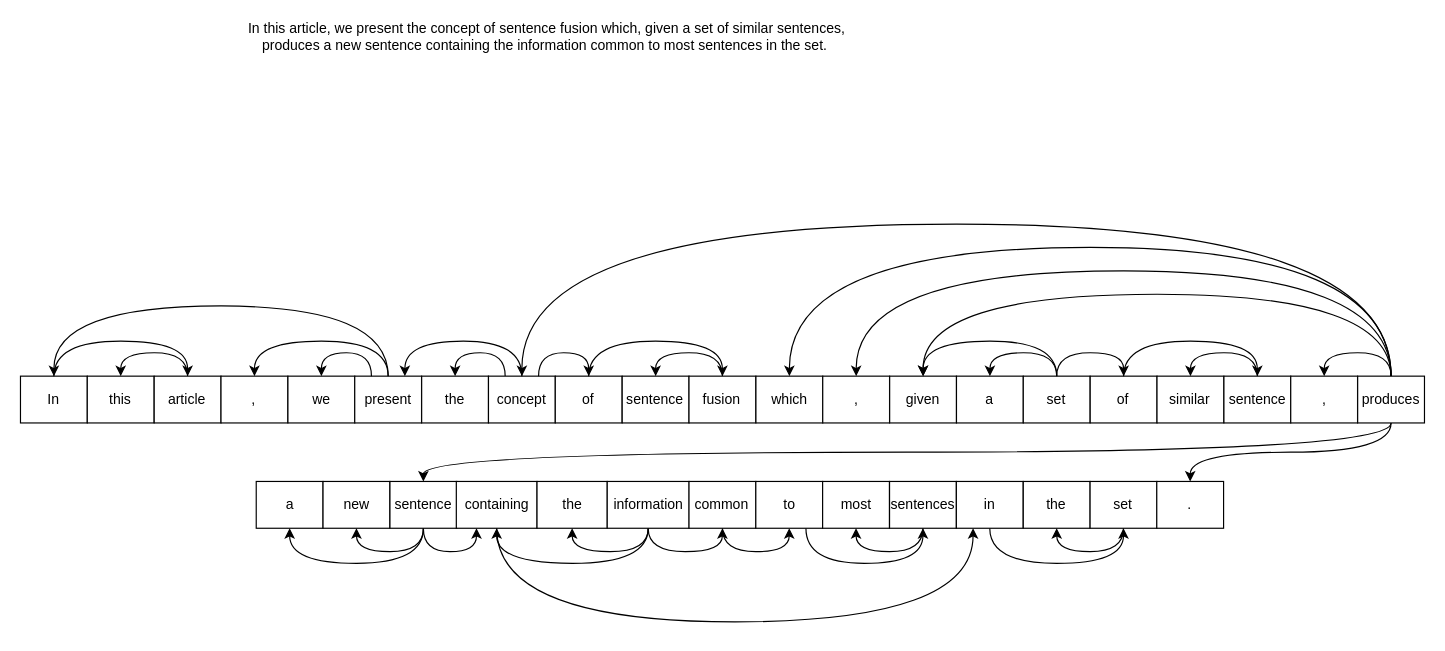
Earlier version of the draw.io diagram scentence.drawio (caramucho/drawio-repo). Source tidied: cells renumbered, new cells numbered last; positions are measured from the earlier drawing's top-left corner, leaving out a move shared by most shapes. Both pictures are drawn from the tidied source at 117%, with x=0, y=0 at pixel (20, 25).
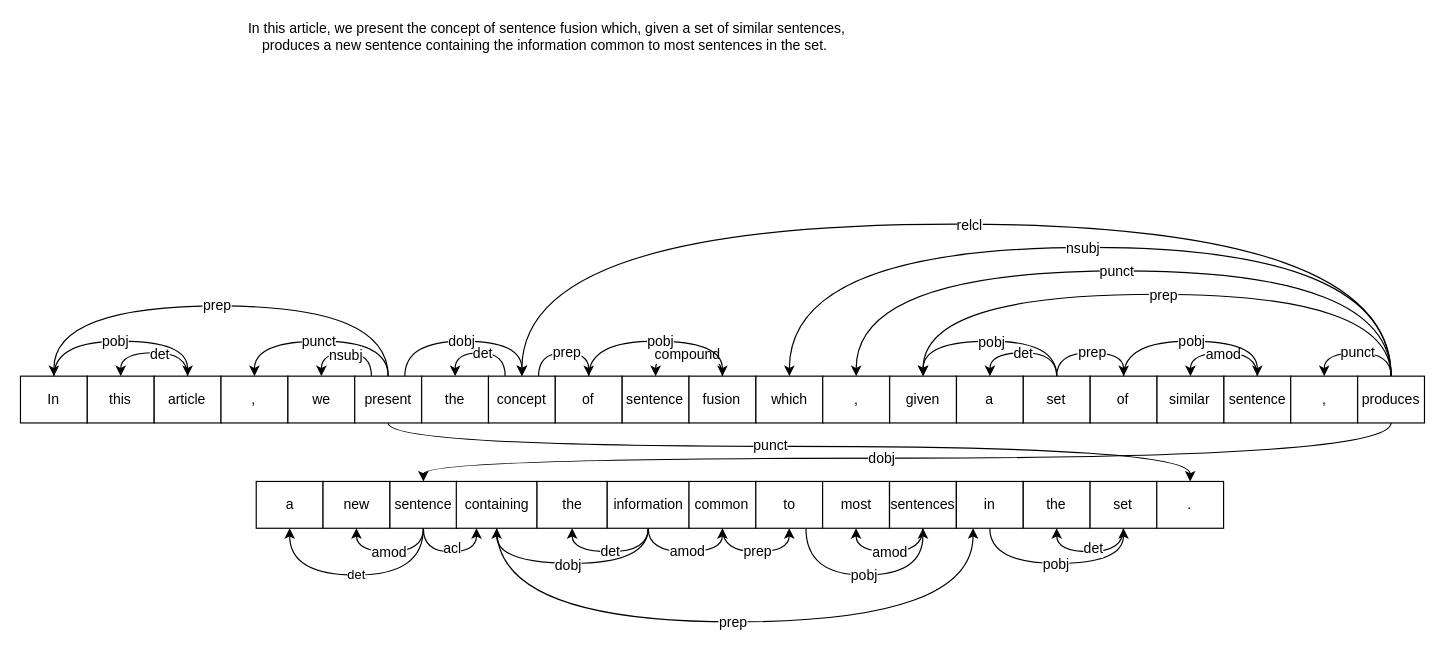
The same page after the edit.

Unchanged cells that the change refers to:
```xml
<mxCell id="3" value="In" style="rounded=0;whiteSpace=wrap;html=1;" parent="1" vertex="1">
<mxCell id="5" style="edgeStyle=orthogonalEdgeStyle;rounded=0;jettySize=auto;html=1;exitX=0.5;exitY=0;exitDx=0;exitDy=0;entryX=0.5;entryY=0;entryDx=0;entryDy=0;curved=1;" parent="1" edge="1" source="7" target="4">
<mxCell id="6" style="edgeStyle=orthogonalEdgeStyle;curved=1;rounded=0;jettySize=auto;html=1;exitX=0.5;exitY=0;exitDx=0;exitDy=0;entryX=0.5;entryY=0;entryDx=0;entryDy=0;startArrow=classic;startFill=1;endArrow=none;endFill=0;" parent="1" edge="1" source="7" target="3">
<mxCell id="8" style="edgeStyle=orthogonalEdgeStyle;curved=1;rounded=0;jettySize=auto;html=1;exitX=0.5;exitY=0;exitDx=0;exitDy=0;startArrow=classic;startFill=1;endArrow=none;endFill=0;" parent="1" edge="1" source="9">
<mxCell id="11" value="present" style="rounded=0;whiteSpace=wrap;html=1;" parent="1" vertex="1">
<mxCell id="13" style="edgeStyle=orthogonalEdgeStyle;curved=1;rounded=0;jettySize=auto;html=1;exitX=0.5;exitY=0;exitDx=0;exitDy=0;entryX=0.25;entryY=0;entryDx=0;entryDy=0;startArrow=classic;startFill=1;endArrow=none;endFill=0;" parent="1" edge="1" source="10" target="11">
<mxCell id="15" style="edgeStyle=orthogonalEdgeStyle;curved=1;rounded=0;jettySize=auto;html=1;exitX=0.25;exitY=0;exitDx=0;exitDy=0;entryX=0.5;entryY=0;entryDx=0;entryDy=0;startArrow=none;startFill=0;endArrow=classic;endFill=1;" parent="1" edge="1" source="16" target="14">
<mxCell id="16" value="concept" style="rounded=0;whiteSpace=wrap;html=1;" parent="1" vertex="1">
<mxCell id="19" style="edgeStyle=orthogonalEdgeStyle;curved=1;rounded=0;jettySize=auto;html=1;exitX=0.75;exitY=0;exitDx=0;exitDy=0;entryX=0.5;entryY=0;entryDx=0;entryDy=0;startArrow=none;startFill=0;endArrow=classic;endFill=1;" parent="1" edge="1" source="16" target="18">
<mxCell id="21" style="edgeStyle=orthogonalEdgeStyle;curved=1;rounded=0;jettySize=auto;html=1;exitX=0.5;exitY=0;exitDx=0;exitDy=0;entryX=0.5;entryY=0;entryDx=0;entryDy=0;startArrow=none;startFill=0;endArrow=classic;endFill=1;" parent="1" edge="1" source="22" target="20">
<mxCell id="23" style="edgeStyle=orthogonalEdgeStyle;curved=1;rounded=0;jettySize=auto;html=1;exitX=0.5;exitY=0;exitDx=0;exitDy=0;entryX=0.5;entryY=0;entryDx=0;entryDy=0;startArrow=none;startFill=0;endArrow=classic;endFill=1;" parent="1" edge="1" source="18" target="22">
<mxCell id="28" style="edgeStyle=orthogonalEdgeStyle;curved=1;rounded=0;jettySize=auto;html=1;exitX=0.5;exitY=0;exitDx=0;exitDy=0;entryX=0.5;entryY=0;entryDx=0;entryDy=0;startArrow=none;startFill=0;endArrow=classic;endFill=1;" parent="1" edge="1" source="30" target="27">
<mxCell id="29" style="edgeStyle=orthogonalEdgeStyle;curved=1;rounded=0;jettySize=auto;html=1;exitX=0.5;exitY=0;exitDx=0;exitDy=0;entryX=0.5;entryY=0;entryDx=0;entryDy=0;startArrow=none;startFill=0;endArrow=classic;endFill=1;" parent="1" edge="1" source="30" target="26">
<mxCell id="32" style="edgeStyle=orthogonalEdgeStyle;curved=1;rounded=0;jettySize=auto;html=1;exitX=0.5;exitY=0;exitDx=0;exitDy=0;entryX=0.5;entryY=0;entryDx=0;entryDy=0;startArrow=none;startFill=0;endArrow=classic;endFill=1;" parent="1" edge="1" source="30" target="31">
<mxCell id="34" style="edgeStyle=orthogonalEdgeStyle;curved=1;rounded=0;jettySize=auto;html=1;exitX=0.5;exitY=0;exitDx=0;exitDy=0;entryX=0.5;entryY=0;entryDx=0;entryDy=0;startArrow=none;startFill=0;endArrow=classic;endFill=1;" parent="1" edge="1" source="35" target="33">
<mxCell id="36" style="edgeStyle=orthogonalEdgeStyle;curved=1;rounded=0;jettySize=auto;html=1;exitX=0.5;exitY=0;exitDx=0;exitDy=0;entryX=0.5;entryY=0;entryDx=0;entryDy=0;startArrow=none;startFill=0;endArrow=classic;endFill=1;" parent="1" edge="1" source="31" target="35">
<mxCell id="38" style="edgeStyle=orthogonalEdgeStyle;curved=1;rounded=0;jettySize=auto;html=1;exitX=0.5;exitY=0;exitDx=0;exitDy=0;entryX=0.5;entryY=0;entryDx=0;entryDy=0;startArrow=none;startFill=0;endArrow=classic;endFill=1;" parent="1" edge="1" source="45" target="24">
<mxCell id="39" style="edgeStyle=orthogonalEdgeStyle;curved=1;rounded=0;jettySize=auto;html=1;exitX=0.5;exitY=0;exitDx=0;exitDy=0;entryX=0.5;entryY=0;entryDx=0;entryDy=0;startArrow=none;startFill=0;endArrow=classic;endFill=1;" parent="1" edge="1" source="45" target="26">
<mxCell id="40" style="edgeStyle=orthogonalEdgeStyle;curved=1;rounded=0;jettySize=auto;html=1;exitX=0.5;exitY=0;exitDx=0;exitDy=0;entryX=0.5;entryY=0;entryDx=0;entryDy=0;startArrow=none;startFill=0;endArrow=classic;endFill=1;" parent="1" edge="1" source="45" target="25">
<mxCell id="41" style="edgeStyle=orthogonalEdgeStyle;curved=1;rounded=0;jettySize=auto;html=1;exitX=0.5;exitY=0;exitDx=0;exitDy=0;entryX=0.5;entryY=0;entryDx=0;entryDy=0;startArrow=none;startFill=0;endArrow=classic;endFill=1;" parent="1" edge="1" source="45" target="37">
<mxCell id="42" style="edgeStyle=orthogonalEdgeStyle;curved=1;rounded=0;jettySize=auto;html=1;exitX=0.5;exitY=0;exitDx=0;exitDy=0;entryX=0.5;entryY=0;entryDx=0;entryDy=0;startArrow=none;startFill=0;endArrow=classic;endFill=1;" parent="1" edge="1" source="45" target="16">
<mxCell id="45" value="produces" style="rounded=0;whiteSpace=wrap;html=1;" parent="1" vertex="1">
<mxCell id="46" value="a" style="rounded=0;whiteSpace=wrap;html=1;" parent="1" vertex="1">
<mxCell id="48" style="edgeStyle=orthogonalEdgeStyle;curved=1;rounded=0;jettySize=auto;html=1;exitX=0.5;exitY=1;exitDx=0;exitDy=0;entryX=0.5;entryY=1;entryDx=0;entryDy=0;startArrow=none;startFill=0;endArrow=classic;endFill=1;" parent="1" edge="1" source="51" target="47">
<mxCell id="50" style="edgeStyle=orthogonalEdgeStyle;curved=1;rounded=0;jettySize=auto;html=1;exitX=0.5;exitY=1;exitDx=0;exitDy=0;entryX=0.25;entryY=1;entryDx=0;entryDy=0;startArrow=none;startFill=0;endArrow=classic;endFill=1;" parent="1" edge="1" source="51" target="53">
<mxCell id="51" value="sentence" style="rounded=0;whiteSpace=wrap;html=1;" parent="1" vertex="1">
<mxCell id="52" style="edgeStyle=orthogonalEdgeStyle;curved=1;rounded=0;jettySize=auto;html=1;exitX=0.5;exitY=1;exitDx=0;exitDy=0;entryX=0.25;entryY=1;entryDx=0;entryDy=0;startArrow=none;startFill=0;endArrow=classic;endFill=1;" parent="1" edge="1" source="53" target="67">
<mxCell id="55" style="edgeStyle=orthogonalEdgeStyle;curved=1;rounded=0;jettySize=auto;html=1;exitX=0.5;exitY=1;exitDx=0;exitDy=0;entryX=0.5;entryY=1;entryDx=0;entryDy=0;startArrow=none;startFill=0;endArrow=classic;endFill=1;" parent="1" edge="1" source="58" target="54">
<mxCell id="56" style="edgeStyle=orthogonalEdgeStyle;curved=1;rounded=0;jettySize=auto;html=1;exitX=0.5;exitY=1;exitDx=0;exitDy=0;entryX=0.5;entryY=1;entryDx=0;entryDy=0;startArrow=none;startFill=0;endArrow=classic;endFill=1;" parent="1" edge="1" source="58" target="53">
<mxCell id="57" style="edgeStyle=orthogonalEdgeStyle;curved=1;rounded=0;jettySize=auto;html=1;exitX=0.5;exitY=1;exitDx=0;exitDy=0;entryX=0.5;entryY=1;entryDx=0;entryDy=0;startArrow=none;startFill=0;endArrow=classic;endFill=1;" parent="1" edge="1" source="58" target="60">
<mxCell id="59" style="edgeStyle=orthogonalEdgeStyle;curved=1;rounded=0;jettySize=auto;html=1;exitX=0.5;exitY=1;exitDx=0;exitDy=0;entryX=0.5;entryY=1;entryDx=0;entryDy=0;startArrow=none;startFill=0;endArrow=classic;endFill=1;" parent="1" edge="1" source="60" target="62">
<mxCell id="62" value="to" style="rounded=0;whiteSpace=wrap;html=1;" parent="1" vertex="1">
<mxCell id="64" style="edgeStyle=orthogonalEdgeStyle;curved=1;rounded=0;jettySize=auto;html=1;exitX=0.5;exitY=1;exitDx=0;exitDy=0;entryX=0.5;entryY=1;entryDx=0;entryDy=0;startArrow=none;startFill=0;endArrow=classic;endFill=1;" parent="1" edge="1" source="65" target="63">
<mxCell id="65" value="sentences" style="rounded=0;whiteSpace=wrap;html=1;" parent="1" vertex="1">
<mxCell id="66" style="edgeStyle=orthogonalEdgeStyle;curved=1;rounded=0;jettySize=auto;html=1;exitX=0.5;exitY=1;exitDx=0;exitDy=0;entryX=0.5;entryY=1;entryDx=0;entryDy=0;startArrow=none;startFill=0;endArrow=classic;endFill=1;" parent="1" edge="1" source="67" target="70">
<mxCell id="69" style="edgeStyle=orthogonalEdgeStyle;curved=1;rounded=0;jettySize=auto;html=1;exitX=0.5;exitY=1;exitDx=0;exitDy=0;entryX=0.5;entryY=1;entryDx=0;entryDy=0;startArrow=none;startFill=0;endArrow=classic;endFill=1;" parent="1" edge="1" source="70" target="68">
<mxCell id="71" value="." style="rounded=0;whiteSpace=wrap;html=1;" parent="1" vertex="1">
```

Diff of the diagram source:
```diff
@@
+    <mxCell id="72" value="det" style="text;html=1;align=center;verticalAlign=middle;labelBackgroundColor=#ffffff;" parent="5" vertex="1">
+      <mxGeometry x="-0.09" y="1" relative="1" as="geometry" />
+    </mxCell>
@@
+    <mxCell id="73" value="pobj" style="text;html=1;align=center;verticalAlign=middle;labelBackgroundColor=#ffffff;" parent="6" vertex="1">
+      <mxGeometry x="-0.01" relative="1" as="geometry">
+        <mxPoint x="-6.5" as="offset" />
+      </mxGeometry>
+    </mxCell>
@@
+    <mxCell id="74" value="punct" style="text;html=1;align=center;verticalAlign=middle;labelBackgroundColor=#ffffff;" parent="8" vertex="1">
+      <mxGeometry x="-0.03" relative="1" as="geometry" />
+    </mxCell>
@@
+    <mxCell id="75" style="edgeStyle=orthogonalEdgeStyle;curved=1;rounded=0;jettySize=auto;html=1;exitX=0.5;exitY=1;exitDx=0;exitDy=0;entryX=0.5;entryY=0;entryDx=0;entryDy=0;startArrow=none;startFill=0;endArrow=classic;endFill=1;" parent="1" edge="1" source="11" target="71">
+      <mxGeometry relative="1" as="geometry">
+        <Array as="points">
+          <mxPoint x="314" y="360" />
+          <mxPoint x="1000" y="360" />
+        </Array>
+      </mxGeometry>
+    </mxCell>
+    <mxCell id="76" value="punct" style="text;html=1;align=center;verticalAlign=middle;labelBackgroundColor=#ffffff;" parent="75" vertex="1">
+      <mxGeometry x="-0.06" y="1" relative="1" as="geometry" />
+    </mxCell>
@@
     <mxCell id="12" style="edgeStyle=orthogonalEdgeStyle;curved=1;rounded=0;jettySize=auto;html=1;exitX=0.5;exitY=0;exitDx=0;exitDy=0;entryX=0.5;entryY=0;entryDx=0;entryDy=0;startArrow=classic;startFill=1;endArrow=none;endFill=0;" parent="1" edge="1" source="3" target="11">
       <mxGeometry relative="1" as="geometry">
         <Array as="points">
-          <mxPoint x="28.6" y="240" />
-          <mxPoint x="314.3" y="240" />
+          <mxPoint x="29" y="240" />
+          <mxPoint x="314" y="240" />
         </Array>
       </mxGeometry>
     </mxCell>
+    <mxCell id="77" value="prep" style="text;html=1;align=center;verticalAlign=middle;labelBackgroundColor=#ffffff;" parent="12" vertex="1">
+      <mxGeometry x="-0.02" y="1" relative="1" as="geometry" />
+    </mxCell>
@@
+    <mxCell id="78" value="nsubj" style="text;html=1;align=center;verticalAlign=middle;labelBackgroundColor=#ffffff;" parent="13" vertex="1">
+      <mxGeometry x="-0.03" y="-2" relative="1" as="geometry" />
+    </mxCell>
@@
+    <mxCell id="79" value="det" style="text;html=1;align=center;verticalAlign=middle;labelBackgroundColor=#ffffff;" parent="15" vertex="1">
+      <mxGeometry x="-0.03" relative="1" as="geometry" />
+    </mxCell>
@@
-    <mxCell id="17" style="edgeStyle=orthogonalEdgeStyle;curved=1;rounded=0;jettySize=auto;html=1;exitX=0.75;exitY=0;exitDx=0;exitDy=0;entryX=0.5;entryY=0;entryDx=0;entryDy=0;startArrow=classic;startFill=1;endArrow=none;endFill=0;" parent="1" edge="1" source="11" target="16">
+    <mxCell id="17" style="edgeStyle=orthogonalEdgeStyle;curved=1;rounded=0;jettySize=auto;html=1;exitX=0.75;exitY=0;exitDx=0;exitDy=0;entryX=0.5;entryY=0;entryDx=0;entryDy=0;startArrow=none;startFill=0;endArrow=classic;endFill=1;" parent="1" edge="1" source="11" target="16">
       <mxGeometry relative="1" as="geometry">
         <Array as="points">
           <mxPoint x="329" y="270" />
           <mxPoint x="429" y="270" />
         </Array>
       </mxGeometry>
     </mxCell>
+    <mxCell id="80" value="dobj" style="text;html=1;align=center;verticalAlign=middle;labelBackgroundColor=#ffffff;" parent="17" vertex="1">
+      <mxGeometry x="-0.02" relative="1" as="geometry" />
+    </mxCell>
@@
+    <mxCell id="81" value="prep" style="text;html=1;align=center;verticalAlign=middle;labelBackgroundColor=#ffffff;" parent="19" vertex="1">
+      <mxGeometry x="0.06" y="1" relative="1" as="geometry" />
+    </mxCell>
@@
+    <mxCell id="82" value="compound" style="text;html=1;align=center;verticalAlign=middle;labelBackgroundColor=#ffffff;" parent="21" vertex="1">
+      <mxGeometry x="0.04" y="1" relative="1" as="geometry" />
+    </mxCell>
@@
+    <mxCell id="83" value="pobj" style="text;html=1;align=center;verticalAlign=middle;labelBackgroundColor=#ffffff;" parent="23" vertex="1">
+      <mxGeometry x="0.04" relative="1" as="geometry" />
+    </mxCell>
@@
+    <mxCell id="84" value="det" style="text;html=1;align=center;verticalAlign=middle;labelBackgroundColor=#ffffff;" parent="28" vertex="1">
+      <mxGeometry relative="1" as="geometry" />
+    </mxCell>
@@
+    <mxCell id="85" value="pobj" style="text;html=1;align=center;verticalAlign=middle;labelBackgroundColor=#ffffff;" parent="29" vertex="1">
+      <mxGeometry x="-0.01" y="1" relative="1" as="geometry" />
+    </mxCell>
@@
+    <mxCell id="86" value="prep" style="text;html=1;align=center;verticalAlign=middle;labelBackgroundColor=#ffffff;" parent="32" vertex="1">
+      <mxGeometry x="0.03" y="1" relative="1" as="geometry" />
+    </mxCell>
@@
+    <mxCell id="87" value="amod" style="text;html=1;align=center;verticalAlign=middle;labelBackgroundColor=#ffffff;" parent="34" vertex="1">
+      <mxGeometry x="0.03" y="1" relative="1" as="geometry" />
+    </mxCell>
@@
+    <mxCell id="88" value="pobj" style="text;html=1;align=center;verticalAlign=middle;labelBackgroundColor=#ffffff;" parent="36" vertex="1">
+      <mxGeometry x="0.01" relative="1" as="geometry" />
+    </mxCell>
@@
+    <mxCell id="89" value="nsubj" style="text;html=1;align=center;verticalAlign=middle;labelBackgroundColor=#ffffff;" parent="38" vertex="1">
+      <mxGeometry x="0.02" relative="1" as="geometry" />
+    </mxCell>
@@
+    <mxCell id="90" value="prep" style="text;html=1;align=center;verticalAlign=middle;labelBackgroundColor=#ffffff;" parent="39" vertex="1">
+      <mxGeometry x="-0.02" relative="1" as="geometry" />
+    </mxCell>
@@
+    <mxCell id="91" value="punct" style="text;html=1;align=center;verticalAlign=middle;labelBackgroundColor=#ffffff;" parent="40" vertex="1">
+      <mxGeometry x="0.02" relative="1" as="geometry" />
+    </mxCell>
@@
+    <mxCell id="92" value="punct" style="text;html=1;align=center;verticalAlign=middle;labelBackgroundColor=#ffffff;" parent="41" vertex="1">
+      <mxGeometry x="-0.06" y="2" relative="1" as="geometry">
+        <mxPoint x="-3" y="-2.5" as="offset" />
+      </mxGeometry>
+    </mxCell>
@@
-    <mxCell id="43" style="edgeStyle=orthogonalEdgeStyle;curved=1;rounded=0;jettySize=auto;html=1;exitX=0.5;exitY=1;exitDx=0;exitDy=0;entryX=0.5;entryY=0;entryDx=0;entryDy=0;startArrow=none;startFill=0;endArrow=classic;endFill=1;" parent="1" edge="1" source="45" target="71">
-      <mxGeometry relative="1" as="geometry" />
-    </mxCell>
+    <mxCell id="93" value="relcl" style="text;html=1;align=center;verticalAlign=middle;labelBackgroundColor=#ffffff;" parent="42" vertex="1">
+      <mxGeometry x="-0.02" y="1" relative="1" as="geometry" />
+    </mxCell>
     <mxCell id="44" style="edgeStyle=orthogonalEdgeStyle;curved=1;rounded=0;jettySize=auto;html=1;exitX=0.5;exitY=1;exitDx=0;exitDy=0;entryX=0.5;entryY=0;entryDx=0;entryDy=0;startArrow=none;startFill=0;endArrow=classic;endFill=1;" parent="1" edge="1" source="45" target="51">
-      <mxGeometry relative="1" as="geometry" />
+      <mxGeometry relative="1" as="geometry">
+        <Array as="points">
+          <mxPoint x="1171" y="370" />
+          <mxPoint x="345" y="370" />
+        </Array>
+      </mxGeometry>
     </mxCell>
+    <mxCell id="94" value="dobj" style="text;html=1;align=center;verticalAlign=middle;labelBackgroundColor=#ffffff;" parent="44" vertex="1">
+      <mxGeometry x="-0.01" y="1" relative="1" as="geometry">
+        <mxPoint x="-32" y="-1" as="offset" />
+      </mxGeometry>
+    </mxCell>
@@
+    <mxCell id="95" value="amod" style="text;html=1;align=center;verticalAlign=middle;labelBackgroundColor=#ffffff;" parent="48" vertex="1">
+      <mxGeometry x="0.03" relative="1" as="geometry" />
+    </mxCell>
-    <mxCell id="49" style="edgeStyle=orthogonalEdgeStyle;curved=1;rounded=0;jettySize=auto;html=1;exitX=0.5;exitY=1;exitDx=0;exitDy=0;entryX=0.5;entryY=1;entryDx=0;entryDy=0;startArrow=none;startFill=0;endArrow=classic;endFill=1;" parent="1" edge="1" source="51" target="46">
+    <mxCell id="49" value="det" style="edgeStyle=orthogonalEdgeStyle;curved=1;rounded=0;jettySize=auto;html=1;exitX=0.5;exitY=1;exitDx=0;exitDy=0;entryX=0.5;entryY=1;entryDx=0;entryDy=0;startArrow=none;startFill=0;endArrow=classic;endFill=1;" parent="1" edge="1" source="51" target="46">
       <mxGeometry relative="1" as="geometry">
         <Array as="points">
-          <mxPoint x="344" y="460" />
-          <mxPoint x="230" y="460" />
+          <mxPoint x="345" y="470" />
+          <mxPoint x="230" y="470" />
         </Array>
       </mxGeometry>
     </mxCell>
@@
+    <mxCell id="96" value="acl" style="text;html=1;align=center;verticalAlign=middle;labelBackgroundColor=#ffffff;" parent="50" vertex="1">
+      <mxGeometry x="0.04" y="3" relative="1" as="geometry" />
+    </mxCell>
@@
+    <mxCell id="97" value="prep" style="text;html=1;align=center;verticalAlign=middle;labelBackgroundColor=#ffffff;" parent="52" vertex="1">
+      <mxGeometry x="-0.01" relative="1" as="geometry" />
+    </mxCell>
@@
+    <mxCell id="98" value="det" style="text;html=1;align=center;verticalAlign=middle;labelBackgroundColor=#ffffff;" parent="55" vertex="1">
+      <mxGeometry x="0.01" y="-1" relative="1" as="geometry" />
+    </mxCell>
@@
+    <mxCell id="99" value="dobj" style="text;html=1;align=center;verticalAlign=middle;labelBackgroundColor=#ffffff;" parent="56" vertex="1">
+      <mxGeometry x="0.04" y="1" relative="1" as="geometry" />
+    </mxCell>
@@
+    <mxCell id="100" value="amod" style="text;html=1;align=center;verticalAlign=middle;labelBackgroundColor=#ffffff;" parent="57" vertex="1">
+      <mxGeometry x="0.03" y="1" relative="1" as="geometry" />
+    </mxCell>
@@
+    <mxCell id="101" value="prep" style="text;html=1;align=center;verticalAlign=middle;labelBackgroundColor=#ffffff;" parent="59" vertex="1">
+      <mxGeometry x="0.03" y="1" relative="1" as="geometry" />
+    </mxCell>
@@
     <mxCell id="61" style="edgeStyle=orthogonalEdgeStyle;curved=1;rounded=0;jettySize=auto;html=1;exitX=0.75;exitY=1;exitDx=0;exitDy=0;entryX=0.5;entryY=1;entryDx=0;entryDy=0;startArrow=none;startFill=0;endArrow=classic;endFill=1;" parent="1" edge="1" source="62" target="65">
       <mxGeometry relative="1" as="geometry">
         <Array as="points">
-          <mxPoint x="671" y="460" />
-          <mxPoint x="771" y="460" />
+          <mxPoint x="671" y="470" />
+          <mxPoint x="771" y="470" />
         </Array>
       </mxGeometry>
     </mxCell>
+    <mxCell id="102" value="pobj" style="text;html=1;align=center;verticalAlign=middle;labelBackgroundColor=#ffffff;" parent="61" vertex="1">
+      <mxGeometry x="0.04" relative="1" as="geometry">
+        <mxPoint x="-5" as="offset" />
+      </mxGeometry>
+    </mxCell>
@@
+    <mxCell id="103" value="amod" style="text;html=1;align=center;verticalAlign=middle;labelBackgroundColor=#ffffff;" parent="64" vertex="1">
+      <mxGeometry x="0.03" y="-1" relative="1" as="geometry">
+        <mxPoint x="1.5" y="1" as="offset" />
+      </mxGeometry>
+    </mxCell>
@@
+    <mxCell id="104" value="pobj" style="text;html=1;align=center;verticalAlign=middle;labelBackgroundColor=#ffffff;" parent="66" vertex="1">
+      <mxGeometry x="-0.09" y="1" relative="1" as="geometry">
+        <mxPoint x="7.5" y="1.5" as="offset" />
+      </mxGeometry>
+    </mxCell>
@@
+    <mxCell id="105" value="det" style="text;html=1;align=center;verticalAlign=middle;labelBackgroundColor=#ffffff;" parent="69" vertex="1">
+      <mxGeometry x="-0.06" y="-3" relative="1" as="geometry" />
+    </mxCell>
```
